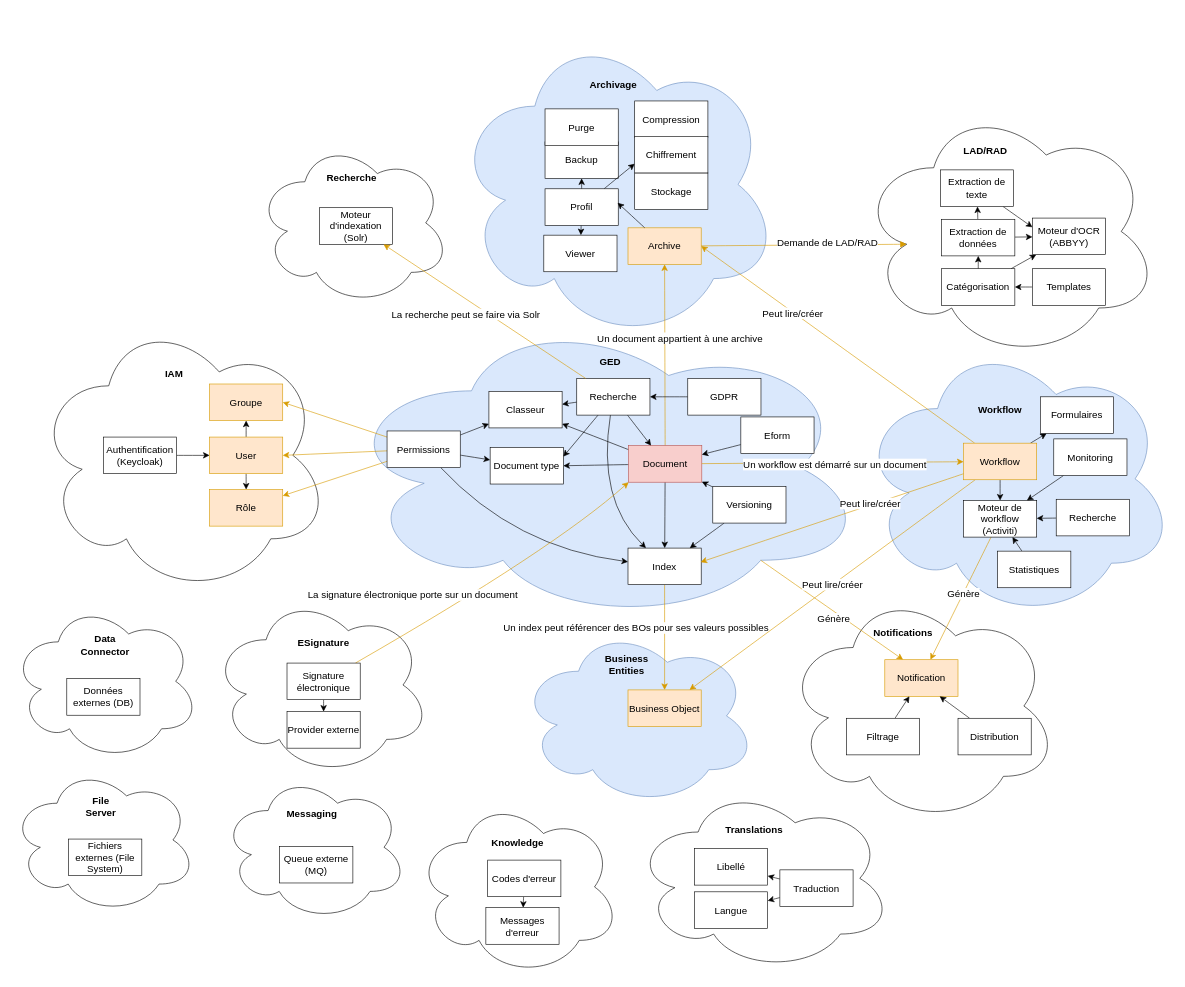
Earlier version of the draw.io diagram bounded contexts.drawio (omasseau/drawio). Source tidied: cells renumbered, new cells numbered last; positions are measured from the earlier drawing's top-left corner, leaving out a move shared by most shapes. Both pictures are drawn from the tidied source at 61%, with x=0, y=0 at pixel (10, 27).
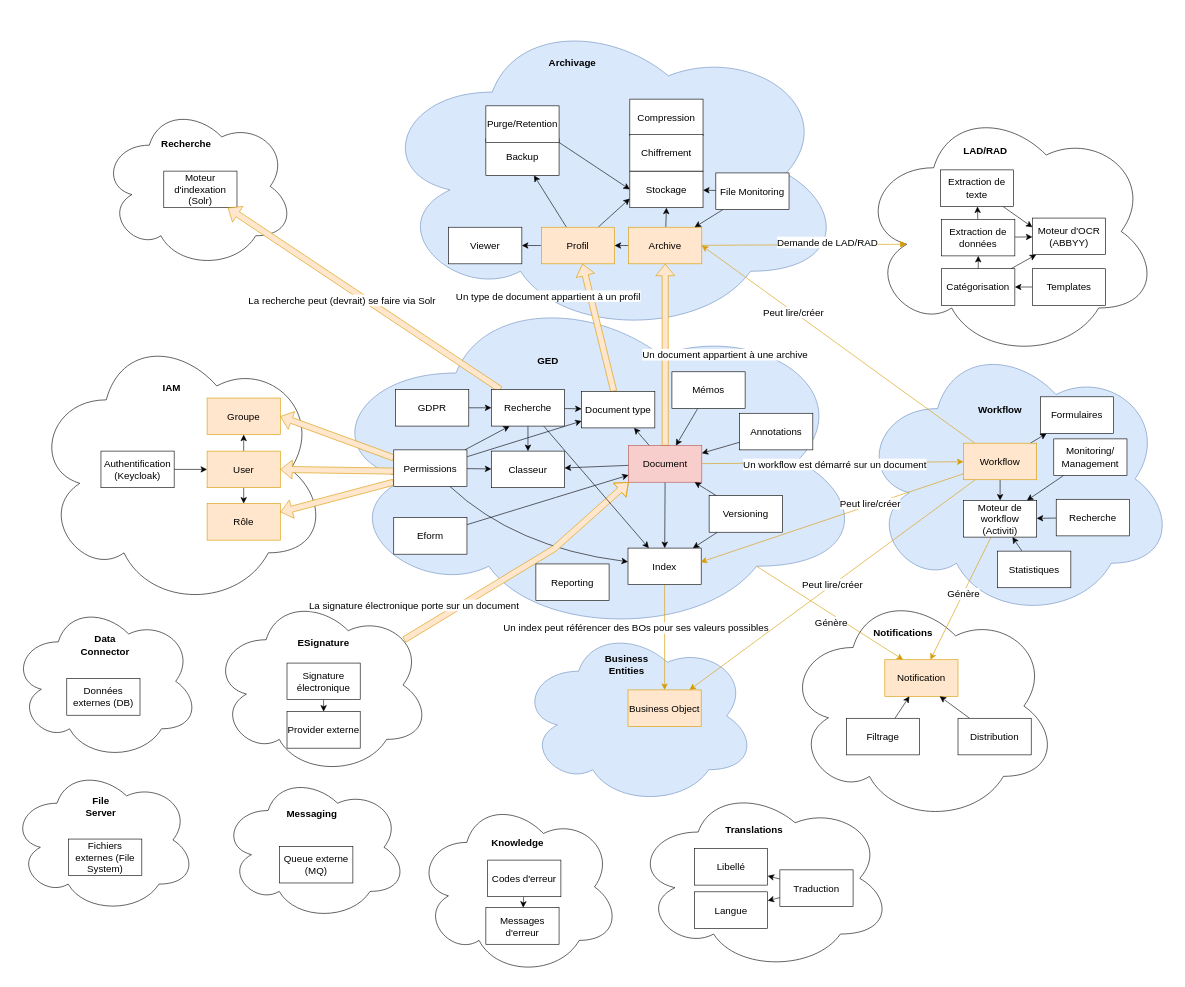
The same page after the edit.

Commit message (it also covers changes not shown here):
Mettre à jour bounded contexts.drawio

The change refers to these unchanged cells:
```xml
<mxCell id="12" value="Document" style="rounded=0;whiteSpace=wrap;html=1;fontSize=16;fillColor=#f8cecc;strokeColor=#b85450;" parent="1" vertex="1">
  <mxGeometry x="1013" y="685" width="120" height="60" as="geometry" />
</mxCell>
<mxCell id="17" value="Index" style="rounded=0;whiteSpace=wrap;html=1;fontSize=16;" parent="1" vertex="1">
  <mxGeometry x="1012" y="853" width="120" height="60" as="geometry" />
</mxCell>
<mxCell id="85" style="ellipse;shape=cloud;whiteSpace=wrap;html=1;fontSize=16;" parent="1" vertex="1">
  <mxGeometry x="329" y="929" width="359" height="297" as="geometry" />
</mxCell>
<mxCell id="89" value="Signature électronique" style="rounded=0;whiteSpace=wrap;html=1;fontSize=16;" parent="1" vertex="1">
  <mxGeometry x="453" y="1041.5" width="120" height="60" as="geometry" />
</mxCell>
```

What changed in the source:
```diff
@@
     <mxCell id="3" style="ellipse;shape=cloud;whiteSpace=wrap;html=1;fontSize=16;" parent="1" vertex="1">
-      <mxGeometry x="40" y="473" width="483" height="456" as="geometry" />
+      <mxGeometry x="36" y="496" width="483" height="456" as="geometry" />
     </mxCell>
     <mxCell id="4" style="ellipse;shape=cloud;whiteSpace=wrap;html=1;fontSize=16;fillColor=#dae8fc;strokeColor=#6c8ebf;" parent="1" vertex="1">
-      <mxGeometry x="726" width="533" height="514" as="geometry" />
+      <mxGeometry x="597" y="-28" width="770" height="534" as="geometry" />
     </mxCell>
@@
     <mxCell id="6" style="ellipse;shape=cloud;whiteSpace=wrap;html=1;fontSize=16;fillColor=#dae8fc;strokeColor=#6c8ebf;" parent="1" vertex="1">
-      <mxGeometry x="540" y="469" width="862" height="505" as="geometry" />
+      <mxGeometry x="506" y="422" width="896" height="576" as="geometry" />
     </mxCell>
@@
-    <mxCell id="8" style="edgeStyle=none;curved=1;rounded=0;jettySize=auto;html=1;entryX=1;entryY=0.5;entryDx=0;entryDy=0;fontSize=12;startSize=8;endSize=8;" parent="1" edge="1" source="12" target="18">
-      <mxGeometry relative="1" as="geometry" />
-    </mxCell>
-    <mxCell id="9" style="edgeStyle=none;curved=1;rounded=0;jettySize=auto;html=1;entryX=0.5;entryY=1;entryDx=0;entryDy=0;fontSize=12;startSize=8;endSize=8;startArrow=none;startFill=0;fillColor=#ffe6cc;strokeColor=#d79b00;endArrow=classic;endFill=1;" parent="1" edge="1" source="12" target="33">
+    <mxCell id="9" style="edgeStyle=none;curved=1;rounded=0;jettySize=auto;html=1;entryX=0.5;entryY=1;entryDx=0;entryDy=0;fontSize=12;startArrow=none;startFill=0;fillColor=#ffe6cc;strokeColor=#d79b00;endArrow=classic;endFill=1;shape=flexArrow;" parent="1" edge="1" source="12" target="33">
       <mxGeometry relative="1" as="geometry" />
     </mxCell>
     <mxCell id="10" value="Un document appartient à une archive" style="edgeLabel;html=1;align=center;verticalAlign=middle;fontSize=16;" parent="9" vertex="1">
       <mxGeometry x="0.11" y="-2" relative="1" as="geometry">
-        <mxPoint x="22" y="-11" as="offset" />
+        <mxPoint x="95" y="15" as="offset" />
       </mxGeometry>
     </mxCell>
@@
+    <mxCell id="8" style="edgeStyle=none;curved=1;rounded=0;jettySize=auto;html=1;fontSize=12;startSize=8;endSize=8;" parent="1" edge="1" source="12" target="18">
+      <mxGeometry relative="1" as="geometry" />
+    </mxCell>
@@
+    <mxCell id="140" style="edgeStyle=none;curved=1;rounded=0;jettySize=auto;html=1;fontSize=12;fillColor=#ffe6cc;strokeColor=#d79b00;shape=flexArrow;" parent="1" edge="1" source="18" target="99">
+      <mxGeometry relative="1" as="geometry" />
+    </mxCell>
+    <mxCell id="141" value="Un type de document appartient à un profil" style="edgeLabel;html=1;align=center;verticalAlign=middle;fontSize=16;" parent="140" vertex="1">
+      <mxGeometry x="0.04" y="-2" relative="1" as="geometry">
+        <mxPoint x="-83" y="-47" as="offset" />
+      </mxGeometry>
+    </mxCell>
     <mxCell id="18" value="Document type" style="rounded=0;whiteSpace=wrap;html=1;fontSize=16;" parent="1" vertex="1">
-      <mxGeometry x="786" y="688" width="120" height="60" as="geometry" />
+      <mxGeometry x="936" y="596" width="120" height="60" as="geometry" />
     </mxCell>
     <mxCell id="19" value="GED" style="text;html=1;strokeColor=none;fillColor=none;align=center;verticalAlign=middle;whiteSpace=wrap;rounded=0;fontSize=16;fontStyle=1;" parent="1" vertex="1">
-      <mxGeometry x="953" y="532" width="60" height="30" as="geometry" />
+      <mxGeometry x="851" y="530" width="60" height="30" as="geometry" />
     </mxCell>
@@
+    <mxCell id="100" style="edgeStyle=none;curved=1;rounded=0;jettySize=auto;html=1;fontSize=12;startSize=8;endSize=8;" parent="1" edge="1" source="33" target="99">
+      <mxGeometry relative="1" as="geometry" />
+    </mxCell>
+    <mxCell id="142" style="edgeStyle=none;curved=1;rounded=0;jettySize=auto;html=1;entryX=0.5;entryY=1;entryDx=0;entryDy=0;fontSize=12;startSize=8;endSize=8;" parent="1" edge="1" source="33" target="34">
+      <mxGeometry relative="1" as="geometry" />
+    </mxCell>
     <mxCell id="33" value="Archive" style="rounded=0;whiteSpace=wrap;html=1;fontSize=16;fillColor=#ffe6cc;strokeColor=#d79b00;" parent="1" vertex="1">
-      <mxGeometry x="1012" y="328" width="120" height="60" as="geometry" />
+      <mxGeometry x="1013" y="327" width="120" height="60" as="geometry" />
     </mxCell>
     <mxCell id="34" value="Stockage" style="rounded=0;whiteSpace=wrap;html=1;fontSize=16;" parent="1" vertex="1">
-      <mxGeometry x="1023" y="238" width="120" height="60" as="geometry" />
+      <mxGeometry x="1015" y="235" width="120" height="60" as="geometry" />
     </mxCell>
     <mxCell id="35" value="Archivage" style="text;html=1;strokeColor=none;fillColor=none;align=center;verticalAlign=middle;whiteSpace=wrap;rounded=0;fontSize=16;shadow=0;fontStyle=1;" parent="1" vertex="1">
-      <mxGeometry x="958" y="79" width="60" height="30" as="geometry" />
+      <mxGeometry x="891" y="42" width="60" height="30" as="geometry" />
     </mxCell>
     <mxCell id="36" value="Backup" style="rounded=0;whiteSpace=wrap;html=1;fontSize=16;" parent="1" vertex="1">
-      <mxGeometry x="876" y="187" width="120" height="60" as="geometry" />
+      <mxGeometry x="779" y="182" width="120" height="60" as="geometry" />
     </mxCell>
@@
-    <mxCell id="43" value="Monitoring" style="rounded=0;whiteSpace=wrap;html=1;fontSize=16;" parent="1" vertex="1">
+    <mxCell id="43" value="Monitoring/&lt;br&gt;Management" style="rounded=0;whiteSpace=wrap;html=1;fontSize=16;" parent="1" vertex="1">
       <mxGeometry x="1710" y="674" width="120" height="60" as="geometry" />
     </mxCell>
-    <mxCell id="44" style="edgeStyle=none;curved=1;rounded=0;jettySize=auto;html=1;fontSize=12;startSize=8;endSize=8;" parent="1" edge="1" source="48" target="49">
-      <mxGeometry relative="1" as="geometry" />
-    </mxCell>
-    <mxCell id="45" style="edgeStyle=none;curved=1;rounded=0;jettySize=auto;html=1;fontSize=12;startSize=8;endSize=8;" parent="1" edge="1" source="48" target="12">
-      <mxGeometry relative="1" as="geometry" />
-    </mxCell>
-    <mxCell id="46" style="edgeStyle=none;curved=1;rounded=0;jettySize=auto;html=1;fontSize=12;startSize=8;endSize=8;" parent="1" edge="1" source="48" target="17">
-      <mxGeometry relative="1" as="geometry">
-        <Array as="points">
-          <mxPoint x="961" y="774" />
-        </Array>
-      </mxGeometry>
-    </mxCell>
-    <mxCell id="47" style="edgeStyle=none;curved=1;rounded=0;jettySize=auto;html=1;entryX=1;entryY=0.25;entryDx=0;entryDy=0;fontSize=12;startSize=8;endSize=8;" parent="1" edge="1" source="48" target="18">
-      <mxGeometry relative="1" as="geometry" />
-    </mxCell>
-    <mxCell id="48" value="Recherche" style="rounded=0;whiteSpace=wrap;html=1;fontSize=16;" parent="1" vertex="1">
-      <mxGeometry x="928" y="575" width="120" height="60" as="geometry" />
-    </mxCell>
     <mxCell id="49" value="Classeur" style="rounded=0;whiteSpace=wrap;html=1;fontSize=16;" parent="1" vertex="1">
-      <mxGeometry x="784" y="596" width="120" height="60" as="geometry" />
+      <mxGeometry x="788" y="694" width="120" height="60" as="geometry" />
     </mxCell>
@@
-    <mxCell id="52" style="edgeStyle=none;curved=1;rounded=0;jettySize=auto;html=1;entryX=1;entryY=0.5;entryDx=0;entryDy=0;fontSize=12;startSize=8;endSize=8;fillColor=#ffe6cc;strokeColor=#d79b00;" parent="1" edge="1" source="56" target="63">
-      <mxGeometry relative="1" as="geometry" />
+    <mxCell id="52" style="edgeStyle=none;curved=1;rounded=0;jettySize=auto;html=1;entryX=1;entryY=0.5;entryDx=0;entryDy=0;fontSize=12;fillColor=#ffe6cc;strokeColor=#d79b00;shape=flexArrow;" parent="1" edge="1" target="63">
+      <mxGeometry relative="1" as="geometry">
+        <mxPoint x="628" y="705.2" as="sourcePoint" />
+      </mxGeometry>
     </mxCell>
-    <mxCell id="53" style="edgeStyle=none;curved=1;rounded=0;jettySize=auto;html=1;entryX=1;entryY=0.5;entryDx=0;entryDy=0;fontSize=12;startSize=8;endSize=8;fillColor=#ffe6cc;strokeColor=#d79b00;" parent="1" edge="1" source="56" target="61">
-      <mxGeometry relative="1" as="geometry" />
+    <mxCell id="53" style="edgeStyle=none;curved=1;rounded=0;jettySize=auto;html=1;entryX=1;entryY=0.5;entryDx=0;entryDy=0;fontSize=12;fillColor=#ffe6cc;strokeColor=#d79b00;shape=flexArrow;" parent="1" edge="1" target="61">
+      <mxGeometry relative="1" as="geometry">
+        <mxPoint x="628" y="726.8" as="sourcePoint" />
+      </mxGeometry>
     </mxCell>
-    <mxCell id="54" style="edgeStyle=none;curved=1;rounded=0;jettySize=auto;html=1;fontSize=12;startSize=8;endSize=8;fillColor=#ffe6cc;strokeColor=#d79b00;" parent="1" edge="1" source="56" target="62">
-      <mxGeometry relative="1" as="geometry" />
+    <mxCell id="54" style="edgeStyle=none;curved=1;rounded=0;jettySize=auto;html=1;fontSize=12;fillColor=#ffe6cc;strokeColor=#d79b00;shape=flexArrow;" parent="1" edge="1" target="62">
+      <mxGeometry relative="1" as="geometry">
+        <mxPoint x="628" y="744.9" as="sourcePoint" />
+      </mxGeometry>
     </mxCell>
@@
+    <mxCell id="143" style="edgeStyle=none;curved=1;rounded=0;jettySize=auto;html=1;entryX=0.25;entryY=1;entryDx=0;entryDy=0;fontSize=12;startSize=8;endSize=8;" parent="1" edge="1" source="56" target="48">
+      <mxGeometry relative="1" as="geometry" />
+    </mxCell>
     <mxCell id="56" value="Permissions" style="rounded=0;whiteSpace=wrap;html=1;fontSize=16;" parent="1" vertex="1">
-      <mxGeometry x="617" y="661" width="120" height="60" as="geometry" />
+      <mxGeometry x="628" y="692" width="120" height="60" as="geometry" />
     </mxCell>
@@
     <mxCell id="58" value="Authentification (Keycloak)" style="rounded=0;whiteSpace=wrap;html=1;fontSize=16;" parent="1" vertex="1">
-      <mxGeometry x="152" y="671" width="120" height="60" as="geometry" />
+      <mxGeometry x="148" y="694" width="120" height="60" as="geometry" />
     </mxCell>
@@
     <mxCell id="61" value="User" style="rounded=0;whiteSpace=wrap;html=1;fontSize=16;fillColor=#ffe6cc;strokeColor=#d79b00;" parent="1" vertex="1">
-      <mxGeometry x="326" y="671" width="120" height="60" as="geometry" />
+      <mxGeometry x="322" y="694" width="120" height="60" as="geometry" />
     </mxCell>
     <mxCell id="62" value="Rôle" style="rounded=0;whiteSpace=wrap;html=1;fontSize=16;fillColor=#ffe6cc;strokeColor=#d79b00;" parent="1" vertex="1">
-      <mxGeometry x="326" y="757" width="120" height="60" as="geometry" />
+      <mxGeometry x="322" y="780" width="120" height="60" as="geometry" />
     </mxCell>
     <mxCell id="63" value="Groupe" style="rounded=0;whiteSpace=wrap;html=1;fontSize=16;fillColor=#ffe6cc;strokeColor=#d79b00;" parent="1" vertex="1">
-      <mxGeometry x="326" y="584" width="120" height="60" as="geometry" />
+      <mxGeometry x="322" y="607" width="120" height="60" as="geometry" />
     </mxCell>
     <mxCell id="64" value="IAM" style="text;html=1;strokeColor=none;fillColor=none;align=center;verticalAlign=middle;whiteSpace=wrap;rounded=0;fontSize=16;fontStyle=1;" parent="1" vertex="1">
-      <mxGeometry x="238" y="552" width="60" height="30" as="geometry" />
+      <mxGeometry x="234" y="575" width="60" height="30" as="geometry" />
     </mxCell>
@@
     <mxCell id="84" value="Eform" style="rounded=0;whiteSpace=wrap;html=1;fontSize=16;" parent="1" vertex="1">
-      <mxGeometry x="1197" y="638" width="120" height="60" as="geometry" />
+      <mxGeometry x="628" y="803" width="120" height="60" as="geometry" />
     </mxCell>
@@
-    <mxCell id="86" style="edgeStyle=none;curved=1;rounded=0;jettySize=auto;html=1;fontSize=12;startSize=8;endSize=8;fillColor=#ffe6cc;strokeColor=#d79b00;entryX=0;entryY=1;entryDx=0;entryDy=0;" parent="1" edge="1" source="89" target="12">
+    <mxCell id="86" style="edgeStyle=none;curved=1;rounded=0;jettySize=auto;html=1;fontSize=12;fillColor=#ffe6cc;strokeColor=#d79b00;entryX=0;entryY=1;entryDx=0;entryDy=0;shape=flexArrow;exitX=0.88;exitY=0.25;exitDx=0;exitDy=0;exitPerimeter=0;" parent="1" edge="1" source="85" target="12">
       <mxGeometry relative="1" as="geometry">
         <Array as="points">
           <mxPoint x="891" y="854" />
         </Array>
       </mxGeometry>
     </mxCell>
     <mxCell id="87" value="La signature électronique porte sur un document" style="edgeLabel;html=1;align=center;verticalAlign=middle;fontSize=16;" parent="86" vertex="1">
       <mxGeometry x="-0.48" y="8" relative="1" as="geometry">
-        <mxPoint x="-24" y="-35" as="offset" />
+        <mxPoint x="-80" y="11" as="offset" />
       </mxGeometry>
     </mxCell>
@@
     <mxCell id="95" value="GDPR" style="rounded=0;whiteSpace=wrap;html=1;fontSize=16;" parent="1" vertex="1">
-      <mxGeometry x="1110" y="575" width="120" height="60" as="geometry" />
+      <mxGeometry x="631" y="593" width="120" height="60" as="geometry" />
     </mxCell>
@@
-    <mxCell id="98" style="edgeStyle=none;curved=1;rounded=0;jettySize=auto;html=1;entryX=0;entryY=0.75;entryDx=0;entryDy=0;fontSize=12;startSize=8;endSize=8;" parent="1" edge="1" source="99" target="136">
+    <mxCell id="98" style="edgeStyle=none;curved=1;rounded=0;jettySize=auto;html=1;entryX=0;entryY=0.75;entryDx=0;entryDy=0;fontSize=12;startSize=8;endSize=8;" parent="1" edge="1" source="99" target="34">
       <mxGeometry relative="1" as="geometry" />
     </mxCell>
-    <mxCell id="99" value="Profil" style="rounded=0;whiteSpace=wrap;html=1;fontSize=16;" parent="1" vertex="1">
-      <mxGeometry x="876" y="264" width="120" height="60" as="geometry" />
+    <mxCell id="99" value="Profil" style="rounded=0;whiteSpace=wrap;html=1;fontSize=16;fillColor=#ffe6cc;strokeColor=#d79b00;" parent="1" vertex="1">
+      <mxGeometry x="870" y="327" width="120" height="60" as="geometry" />
     </mxCell>
-    <mxCell id="100" style="edgeStyle=none;curved=1;rounded=0;jettySize=auto;html=1;entryX=0.992;entryY=0.383;entryDx=0;entryDy=0;entryPerimeter=0;fontSize=12;startSize=8;endSize=8;" parent="1" edge="1" source="33" target="99">
-      <mxGeometry relative="1" as="geometry" />
-    </mxCell>
@@
     <mxCell id="120" style="ellipse;shape=cloud;whiteSpace=wrap;html=1;fontSize=16;" parent="1" vertex="1">
-      <mxGeometry x="403" y="185" width="317" height="270" as="geometry" />
+      <mxGeometry x="148" y="125" width="317" height="270" as="geometry" />
     </mxCell>
     <mxCell id="121" value="Moteur d'indexation (Solr)" style="rounded=0;whiteSpace=wrap;html=1;fontSize=16;" parent="1" vertex="1">
-      <mxGeometry x="506" y="295" width="120" height="60" as="geometry" />
+      <mxGeometry x="251" y="235" width="120" height="60" as="geometry" />
     </mxCell>
     <mxCell id="122" value="Recherche" style="text;html=1;strokeColor=none;fillColor=none;align=center;verticalAlign=middle;whiteSpace=wrap;rounded=0;fontSize=16;fontStyle=1;" parent="1" vertex="1">
-      <mxGeometry x="529" y="230" width="60" height="30" as="geometry" />
+      <mxGeometry x="258" y="175" width="60" height="30" as="geometry" />
     </mxCell>
-    <mxCell id="123" style="edgeStyle=none;curved=1;rounded=0;jettySize=auto;html=1;fontSize=12;startSize=8;endSize=8;fillColor=#ffe6cc;strokeColor=#d79b00;" parent="1" edge="1" source="48" target="121">
+    <mxCell id="123" style="edgeStyle=none;curved=1;rounded=0;jettySize=auto;html=1;fontSize=12;fillColor=#ffe6cc;strokeColor=#d79b00;shape=flexArrow;" parent="1" edge="1" source="48" target="121">
       <mxGeometry relative="1" as="geometry" />
     </mxCell>
-    <mxCell id="124" value="La recherche peut se faire via Solr" style="edgeLabel;html=1;align=center;verticalAlign=middle;fontSize=16;" parent="123" vertex="1">
+    <mxCell id="124" value="La recherche peut (devrait) se faire via Solr" style="edgeLabel;html=1;align=center;verticalAlign=middle;fontSize=16;" parent="123" vertex="1">
       <mxGeometry x="0.15" y="-1" relative="1" as="geometry">
-        <mxPoint x="-7" y="22" as="offset" />
+        <mxPoint x="-4" y="26" as="offset" />
       </mxGeometry>
     </mxCell>
@@
     <mxCell id="132" value="Versioning" style="rounded=0;whiteSpace=wrap;html=1;fontSize=16;" parent="1" vertex="1">
-      <mxGeometry x="1151" y="752" width="120" height="60" as="geometry" />
+      <mxGeometry x="1145" y="767" width="120" height="60" as="geometry" />
     </mxCell>
@@
     <mxCell id="134" value="Viewer" style="rounded=0;whiteSpace=wrap;html=1;fontSize=16;" parent="1" vertex="1">
-      <mxGeometry x="874" y="340" width="120" height="60" as="geometry" />
+      <mxGeometry x="718" y="327" width="120" height="60" as="geometry" />
     </mxCell>
     <mxCell id="135" value="Compression" style="rounded=0;whiteSpace=wrap;html=1;fontSize=16;" parent="1" vertex="1">
-      <mxGeometry x="1023" y="120" width="120" height="60" as="geometry" />
+      <mxGeometry x="1015" y="117" width="120" height="60" as="geometry" />
     </mxCell>
     <mxCell id="136" value="Chiffrement" style="rounded=0;whiteSpace=wrap;html=1;fontSize=16;" parent="1" vertex="1">
-      <mxGeometry x="1023" y="178" width="120" height="60" as="geometry" />
+      <mxGeometry x="1015" y="175" width="120" height="60" as="geometry" />
     </mxCell>
+    <mxCell id="144" style="edgeStyle=none;curved=1;rounded=0;jettySize=auto;html=1;entryX=0;entryY=0.5;entryDx=0;entryDy=0;fontSize=12;startSize=8;endSize=8;exitX=1;exitY=1;exitDx=0;exitDy=0;" parent="1" edge="1" source="137" target="34">
+      <mxGeometry relative="1" as="geometry" />
+    </mxCell>
-    <mxCell id="137" value="Purge" style="rounded=0;whiteSpace=wrap;html=1;fontSize=16;" parent="1" vertex="1">
-      <mxGeometry x="876" y="133" width="120" height="60" as="geometry" />
+    <mxCell id="137" value="Purge/Retention" style="rounded=0;whiteSpace=wrap;html=1;fontSize=16;" parent="1" vertex="1">
+      <mxGeometry x="779" y="128" width="120" height="60" as="geometry" />
     </mxCell>
@@
+    <mxCell id="47" style="edgeStyle=none;curved=1;rounded=0;jettySize=auto;html=1;fontSize=12;startSize=8;endSize=8;" parent="1" edge="1" source="48" target="18">
+      <mxGeometry relative="1" as="geometry" />
+    </mxCell>
+    <mxCell id="44" style="edgeStyle=none;curved=1;rounded=0;jettySize=auto;html=1;fontSize=12;startSize=8;endSize=8;" parent="1" edge="1" source="48" target="49">
+      <mxGeometry relative="1" as="geometry" />
+    </mxCell>
+    <mxCell id="46" style="edgeStyle=none;curved=1;rounded=0;jettySize=auto;html=1;fontSize=12;startSize=8;endSize=8;" parent="1" edge="1" source="48" target="17">
+      <mxGeometry relative="1" as="geometry" />
+    </mxCell>
+    <mxCell id="48" value="Recherche" style="rounded=0;whiteSpace=wrap;html=1;fontSize=16;" parent="1" vertex="1">
+      <mxGeometry x="788" y="593" width="120" height="60" as="geometry" />
+    </mxCell>
+    <mxCell id="145" style="edgeStyle=none;curved=1;rounded=0;jettySize=auto;html=1;fontSize=12;startSize=8;endSize=8;" parent="1" edge="1" source="146" target="12">
+      <mxGeometry relative="1" as="geometry" />
+    </mxCell>
+    <mxCell id="146" value="Mémos" style="rounded=0;whiteSpace=wrap;html=1;fontSize=16;" parent="1" vertex="1">
+      <mxGeometry x="1084" y="564" width="120" height="60" as="geometry" />
+    </mxCell>
+    <mxCell id="147" style="edgeStyle=none;curved=1;rounded=0;jettySize=auto;html=1;fontSize=12;startSize=8;endSize=8;" parent="1" edge="1" source="148" target="12">
+      <mxGeometry relative="1" as="geometry" />
+    </mxCell>
+    <mxCell id="148" value="Annotations" style="rounded=0;whiteSpace=wrap;html=1;fontSize=16;" parent="1" vertex="1">
+      <mxGeometry x="1195" y="632" width="120" height="60" as="geometry" />
+    </mxCell>
+    <mxCell id="149" style="edgeStyle=none;curved=1;rounded=0;jettySize=auto;html=1;fontSize=12;startSize=8;endSize=8;" parent="1" edge="1" source="151" target="33">
+      <mxGeometry relative="1" as="geometry" />
+    </mxCell>
+    <mxCell id="150" style="edgeStyle=none;curved=1;rounded=0;jettySize=auto;html=1;fontSize=12;startSize=8;endSize=8;" parent="1" edge="1" source="151" target="34">
+      <mxGeometry relative="1" as="geometry" />
+    </mxCell>
+    <mxCell id="151" value="File Monitoring" style="rounded=0;whiteSpace=wrap;html=1;fontSize=16;" parent="1" vertex="1">
+      <mxGeometry x="1156" y="238" width="120" height="60" as="geometry" />
+    </mxCell>
+    <mxCell id="152" value="Reporting" style="rounded=0;whiteSpace=wrap;html=1;fontSize=16;" parent="1" vertex="1">
+      <mxGeometry x="861" y="879" width="120" height="60" as="geometry" />
+    </mxCell>
```
